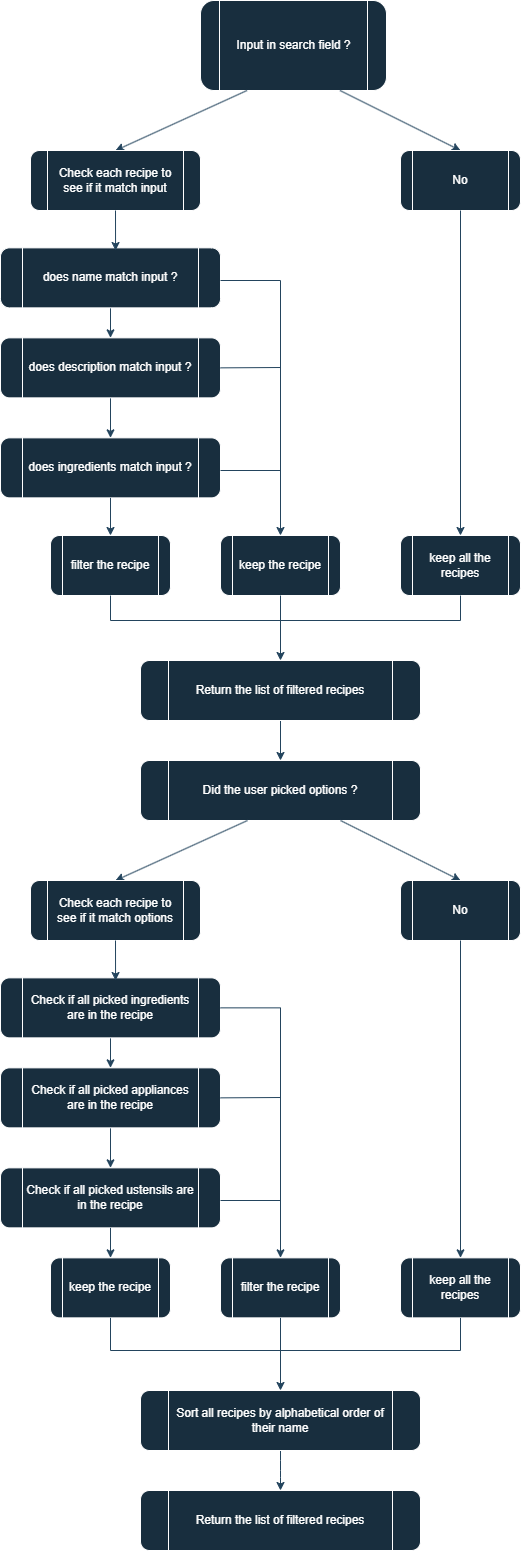
The draw.io diagram algorigram/algorigram.png in Lsael/P7-OCR-LES-PETITS-PLATS, before a commit. Source tidied: cells renumbered, new cells last; positions are measured from the earlier drawing's top-left corner, leaving out a move shared by most shapes.
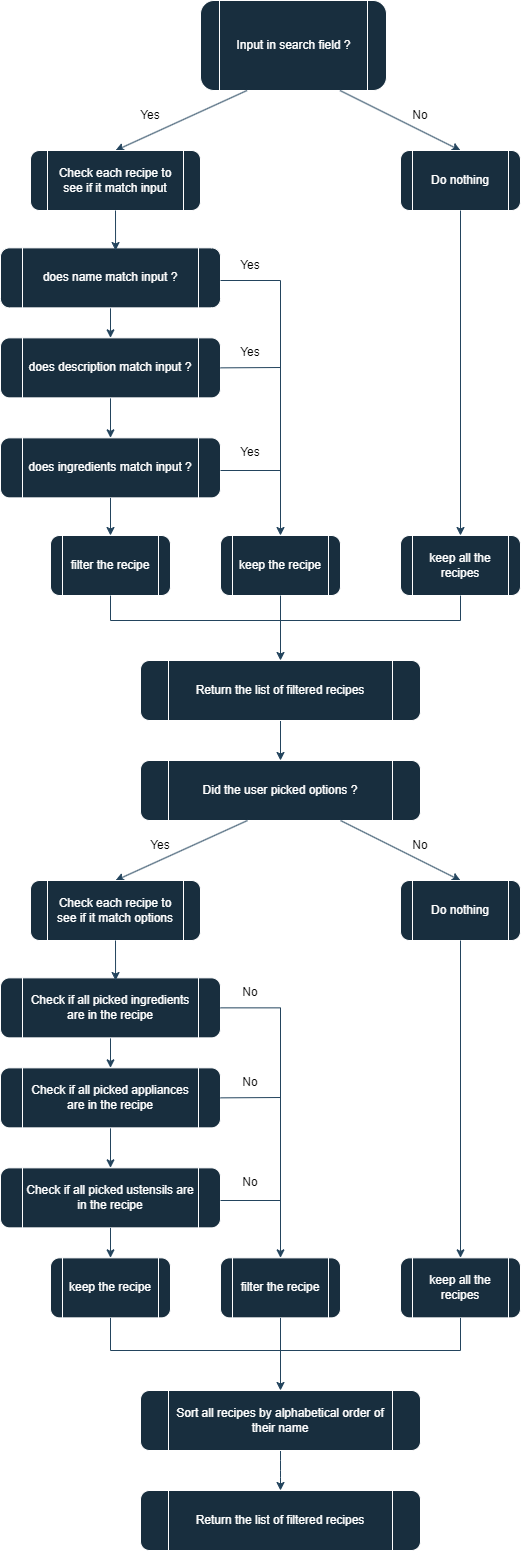
After the commit.

Commit message:
Added algorigram and separating both algo in two branch

What changed in the source:
```diff
@@ -14,7 +14,7 @@
     <mxCell id="5" value="Check each recipe to see if it match input" style="shape=process;whiteSpace=wrap;html=1;backgroundOutline=1;direction=west;rounded=1;labelBackgroundColor=none;fillColor=#182E3E;strokeColor=#FFFFFF;fontColor=#FFFFFF;" parent="1" vertex="1">
       <mxGeometry x="30" y="150" width="170" height="60" as="geometry" />
     </mxCell>
-    <mxCell id="6" value="No" style="shape=process;whiteSpace=wrap;html=1;backgroundOutline=1;rounded=1;labelBackgroundColor=none;fillColor=#182E3E;strokeColor=#FFFFFF;fontColor=#FFFFFF;" parent="1" vertex="1">
+    <mxCell id="6" value="Do nothing" style="shape=process;whiteSpace=wrap;html=1;backgroundOutline=1;rounded=1;labelBackgroundColor=none;fillColor=#182E3E;strokeColor=#FFFFFF;fontColor=#FFFFFF;" parent="1" vertex="1">
       <mxGeometry x="400" y="150" width="120" height="60" as="geometry" />
     </mxCell>
     <mxCell id="7" style="endArrow=classic;html=1;rounded=1;exitX=0.5;exitY=1;exitDx=0;exitDy=0;entryX=0.5;entryY=0;entryDx=0;entryDy=0;labelBackgroundColor=none;strokeColor=#23445D;fontColor=default;" parent="1" edge="1" source="6" target="29">
@@ -38,13 +38,13 @@
     <mxCell id="13" style="endArrow=classic;html=1;rounded=1;exitX=0.5;exitY=0;exitDx=0;exitDy=0;entryX=0.523;entryY=0.044;entryDx=0;entryDy=0;entryPerimeter=0;labelBackgroundColor=none;strokeColor=#23445D;fontColor=default;" parent="1" edge="1" source="5" target="9">
       <mxGeometry relative="1" as="geometry" />
     </mxCell>
-    <mxCell id="14" value="Yes" style="text;html=1;strokeColor=none;fillColor=none;align=center;verticalAlign=middle;whiteSpace=wrap;rounded=1;labelBackgroundColor=none;fontColor=#FFFFFF;" parent="1" vertex="1">
-      <mxGeometry x="120" y="90" width="60" height="30" as="geometry" />
+    <mxCell id="14" value="Yes" style="text;html=1;fillColor=none;align=center;verticalAlign=middle;whiteSpace=wrap;rounded=1;labelBackgroundColor=none;" parent="1" vertex="1">
+      <mxGeometry x="120" y="100" width="60" height="30" as="geometry" />
     </mxCell>
-    <mxCell id="15" value="No" style="text;html=1;strokeColor=none;fillColor=none;align=center;verticalAlign=middle;whiteSpace=wrap;rounded=1;labelBackgroundColor=none;fontColor=#FFFFFF;" parent="1" vertex="1">
+    <mxCell id="15" value="No" style="text;html=1;fillColor=none;align=center;verticalAlign=middle;whiteSpace=wrap;rounded=1;labelBackgroundColor=none;" parent="1" vertex="1">
       <mxGeometry x="390" y="100" width="60" height="30" as="geometry" />
     </mxCell>
-    <mxCell id="16" value="Yes" style="text;html=1;strokeColor=none;fillColor=none;align=center;verticalAlign=middle;whiteSpace=wrap;rounded=1;labelBackgroundColor=none;fontColor=#FFFFFF;" parent="1" vertex="1">
+    <mxCell id="16" value="Yes" style="text;html=1;fillColor=none;align=center;verticalAlign=middle;whiteSpace=wrap;rounded=1;labelBackgroundColor=none;" parent="1" vertex="1">
       <mxGeometry x="220" y="250" width="60" height="30" as="geometry" />
     </mxCell>
     <mxCell id="17" value="No" style="text;html=1;strokeColor=none;fillColor=none;align=center;verticalAlign=middle;whiteSpace=wrap;rounded=1;labelBackgroundColor=none;fontColor=#FFFFFF;" parent="1" vertex="1">
@@ -53,10 +53,10 @@
     <mxCell id="18" value="No" style="text;html=1;strokeColor=none;fillColor=none;align=center;verticalAlign=middle;whiteSpace=wrap;rounded=1;labelBackgroundColor=none;fontColor=#FFFFFF;" parent="1" vertex="1">
       <mxGeometry x="100" y="400" width="60" height="30" as="geometry" />
     </mxCell>
-    <mxCell id="19" value="Yes" style="text;html=1;strokeColor=none;fillColor=none;align=center;verticalAlign=middle;whiteSpace=wrap;rounded=1;labelBackgroundColor=none;fontColor=#FFFFFF;" parent="1" vertex="1">
+    <mxCell id="19" value="Yes" style="text;html=1;fillColor=none;align=center;verticalAlign=middle;whiteSpace=wrap;rounded=1;labelBackgroundColor=none;" parent="1" vertex="1">
       <mxGeometry x="220" y="337.4" width="60" height="30" as="geometry" />
     </mxCell>
-    <mxCell id="20" value="Yes" style="text;html=1;strokeColor=none;fillColor=none;align=center;verticalAlign=middle;whiteSpace=wrap;rounded=1;labelBackgroundColor=none;fontColor=#FFFFFF;" parent="1" vertex="1">
+    <mxCell id="20" value="Yes" style="text;html=1;fillColor=none;align=center;verticalAlign=middle;whiteSpace=wrap;rounded=1;labelBackgroundColor=none;" parent="1" vertex="1">
       <mxGeometry x="220" y="437.4" width="60" height="30" as="geometry" />
     </mxCell>
     <mxCell id="21" value="No" style="text;html=1;strokeColor=none;fillColor=none;align=center;verticalAlign=middle;whiteSpace=wrap;rounded=1;labelBackgroundColor=none;fontColor=#FFFFFF;" parent="1" vertex="1">
@@ -140,7 +140,7 @@
     <mxCell id="40" value="Check each recipe to see if it match options" style="shape=process;whiteSpace=wrap;html=1;backgroundOutline=1;direction=west;rounded=1;labelBackgroundColor=none;fillColor=#182E3E;strokeColor=#FFFFFF;fontColor=#FFFFFF;" parent="1" vertex="1">
       <mxGeometry x="30" y="880" width="170" height="60" as="geometry" />
     </mxCell>
-    <mxCell id="41" value="No" style="shape=process;whiteSpace=wrap;html=1;backgroundOutline=1;rounded=1;labelBackgroundColor=none;fillColor=#182E3E;strokeColor=#FFFFFF;fontColor=#FFFFFF;" parent="1" vertex="1">
+    <mxCell id="41" value="Do nothing" style="shape=process;whiteSpace=wrap;html=1;backgroundOutline=1;rounded=1;labelBackgroundColor=none;fillColor=#182E3E;strokeColor=#FFFFFF;fontColor=#FFFFFF;" parent="1" vertex="1">
       <mxGeometry x="400" y="880" width="120" height="60" as="geometry" />
     </mxCell>
     <mxCell id="42" style="endArrow=classic;html=1;rounded=1;exitX=0.5;exitY=1;exitDx=0;exitDy=0;entryX=0.5;entryY=0;entryDx=0;entryDy=0;labelBackgroundColor=none;strokeColor=#23445D;fontColor=default;" parent="1" edge="1" source="41" target="64">
@@ -164,13 +164,13 @@
     <mxCell id="48" style="endArrow=classic;html=1;rounded=1;exitX=0.5;exitY=0;exitDx=0;exitDy=0;entryX=0.523;entryY=0.044;entryDx=0;entryDy=0;entryPerimeter=0;labelBackgroundColor=none;strokeColor=#23445D;fontColor=default;" parent="1" edge="1" source="40" target="44">
       <mxGeometry relative="1" as="geometry" />
     </mxCell>
-    <mxCell id="49" value="Yes" style="text;html=1;strokeColor=none;fillColor=none;align=center;verticalAlign=middle;whiteSpace=wrap;rounded=1;labelBackgroundColor=none;fontColor=#FFFFFF;" parent="1" vertex="1">
+    <mxCell id="49" value="Yes" style="text;html=1;fillColor=none;align=center;verticalAlign=middle;whiteSpace=wrap;rounded=1;labelBackgroundColor=none;" parent="1" vertex="1">
       <mxGeometry x="130" y="830" width="60" height="30" as="geometry" />
     </mxCell>
-    <mxCell id="50" value="No" style="text;html=1;strokeColor=none;fillColor=none;align=center;verticalAlign=middle;whiteSpace=wrap;rounded=1;labelBackgroundColor=none;fontColor=#FFFFFF;" parent="1" vertex="1">
+    <mxCell id="50" value="No" style="text;html=1;fillColor=none;align=center;verticalAlign=middle;whiteSpace=wrap;rounded=1;labelBackgroundColor=none;" parent="1" vertex="1">
       <mxGeometry x="390" y="830" width="60" height="30" as="geometry" />
     </mxCell>
-    <mxCell id="51" value="No" style="text;html=1;strokeColor=none;fillColor=none;align=center;verticalAlign=middle;whiteSpace=wrap;rounded=1;labelBackgroundColor=none;fontColor=#FFFFFF;" parent="1" vertex="1">
+    <mxCell id="51" value="No" style="text;html=1;fillColor=none;align=center;verticalAlign=middle;whiteSpace=wrap;rounded=1;labelBackgroundColor=none;" parent="1" vertex="1">
       <mxGeometry x="220" y="977.4" width="60" height="30" as="geometry" />
     </mxCell>
     <mxCell id="52" value="Yes" style="text;html=1;strokeColor=none;fillColor=none;align=center;verticalAlign=middle;whiteSpace=wrap;rounded=1;labelBackgroundColor=none;fontColor=#FFFFFF;" parent="1" vertex="1">
@@ -179,10 +179,10 @@
     <mxCell id="53" value="Yes" style="text;html=1;strokeColor=none;fillColor=none;align=center;verticalAlign=middle;whiteSpace=wrap;rounded=1;labelBackgroundColor=none;fontColor=#FFFFFF;" parent="1" vertex="1">
       <mxGeometry x="100" y="1130" width="60" height="30" as="geometry" />
     </mxCell>
-    <mxCell id="54" value="No" style="text;html=1;strokeColor=none;fillColor=none;align=center;verticalAlign=middle;whiteSpace=wrap;rounded=1;labelBackgroundColor=none;fontColor=#FFFFFF;" parent="1" vertex="1">
+    <mxCell id="54" value="No" style="text;html=1;fillColor=none;align=center;verticalAlign=middle;whiteSpace=wrap;rounded=1;labelBackgroundColor=none;" parent="1" vertex="1">
       <mxGeometry x="220" y="1067.4" width="60" height="30" as="geometry" />
     </mxCell>
-    <mxCell id="55" value="No" style="text;html=1;strokeColor=none;fillColor=none;align=center;verticalAlign=middle;whiteSpace=wrap;rounded=1;labelBackgroundColor=none;fontColor=#FFFFFF;" parent="1" vertex="1">
+    <mxCell id="55" value="No" style="text;html=1;fillColor=none;align=center;verticalAlign=middle;whiteSpace=wrap;rounded=1;labelBackgroundColor=none;" parent="1" vertex="1">
       <mxGeometry x="220" y="1167.4" width="60" height="30" as="geometry" />
     </mxCell>
     <mxCell id="56" value="Yes" style="text;html=1;strokeColor=none;fillColor=none;align=center;verticalAlign=middle;whiteSpace=wrap;rounded=1;labelBackgroundColor=none;fontColor=#FFFFFF;" parent="1" vertex="1">
```
